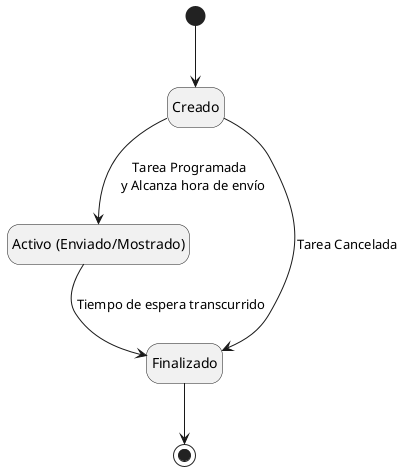
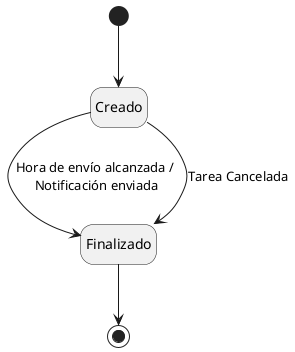
@startuml DiagramaEstadosRecordatorio
hide empty description

state "Creado" as Creado
- state "Activo (Enviado/Mostrado)" as Activo
state "Finalizado" as Finalizado

[*] --> Creado

- Creado --> Activo : Tarea Programada \n y Alcanza hora de envío
+ Creado --> Finalizado : Hora de envío alcanzada / \nNotificación enviada

Creado --> Finalizado : Tarea Cancelada
- 
- Activo --> Finalizado : Tiempo de espera transcurrido

Finalizado --> [*]

@enduml